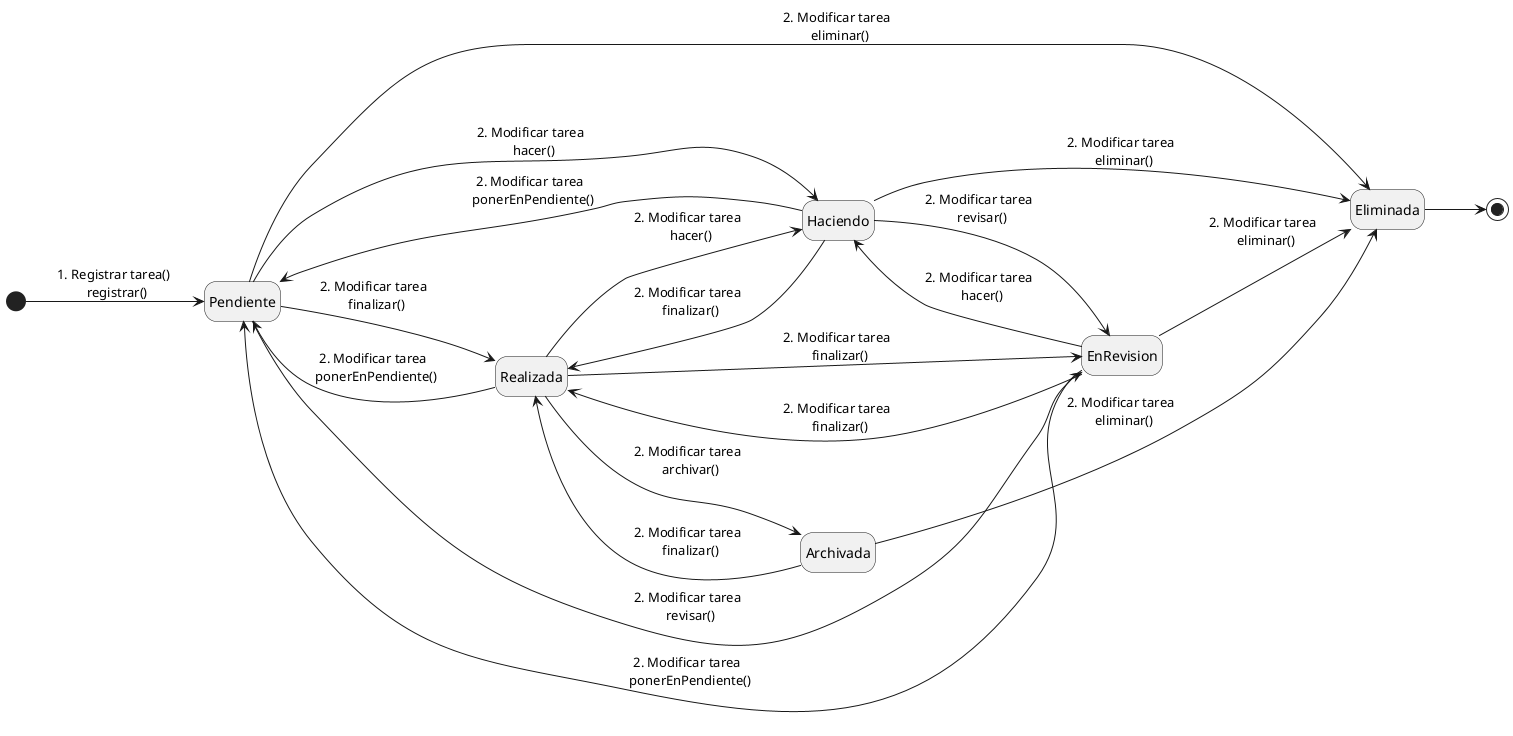
Above: Modelado/DiagramasME/MáquinaDeEstadosTarea.png in AlexMassietti/Task_Flow (PlantUML), before the change.
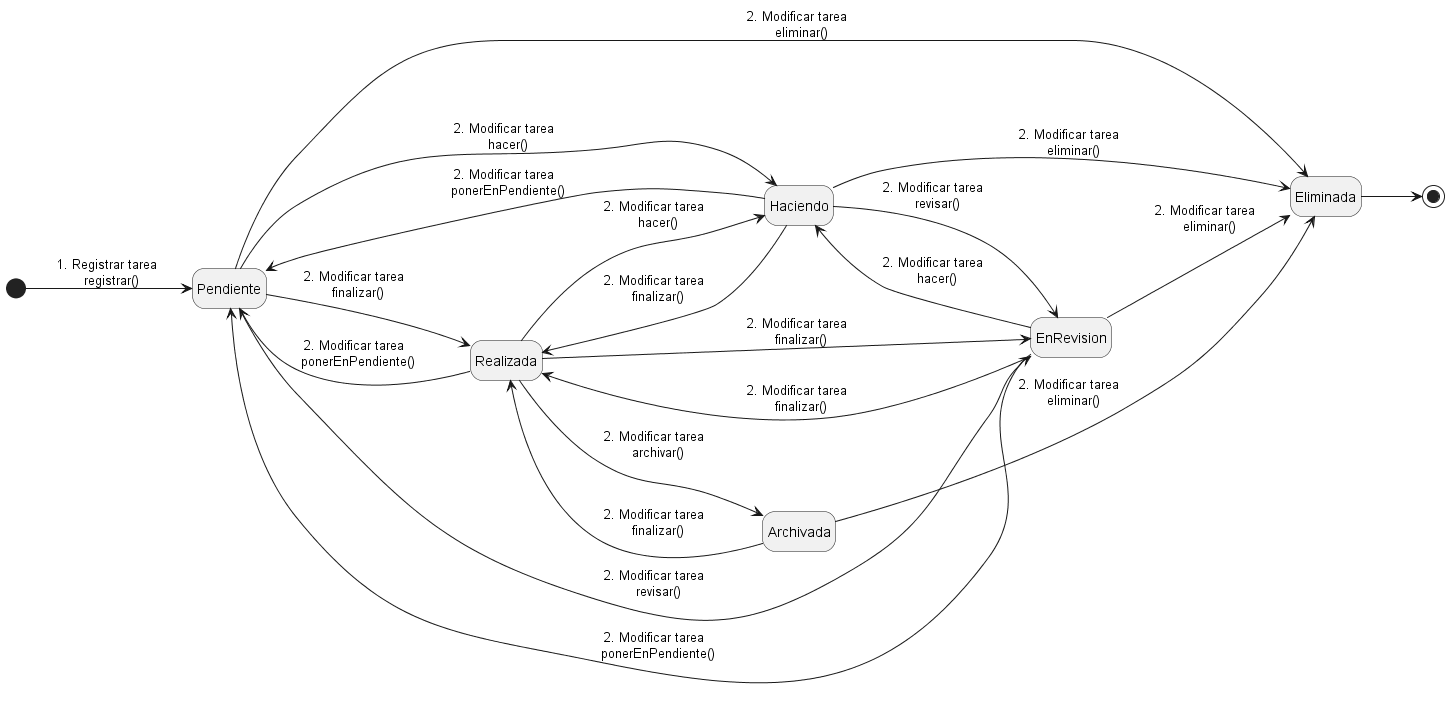
Later version of the same file.

Change to the diagram source:
```diff
@@ -1,7 +1,7 @@
 @startuml MáquinaDeEstadosTarea
 left to right direction
 hide empty description
-[*] --> Pendiente : 1. Registrar tarea() \n registrar()
+[*] --> Pendiente : 1. Registrar tarea \n registrar()
 Pendiente --> Realizada : 2. Modificar tarea \n finalizar()
 Pendiente --> Haciendo: 2. Modificar tarea \n hacer()
 Pendiente --> EnRevision: 2. Modificar tarea \n revisar()
```
